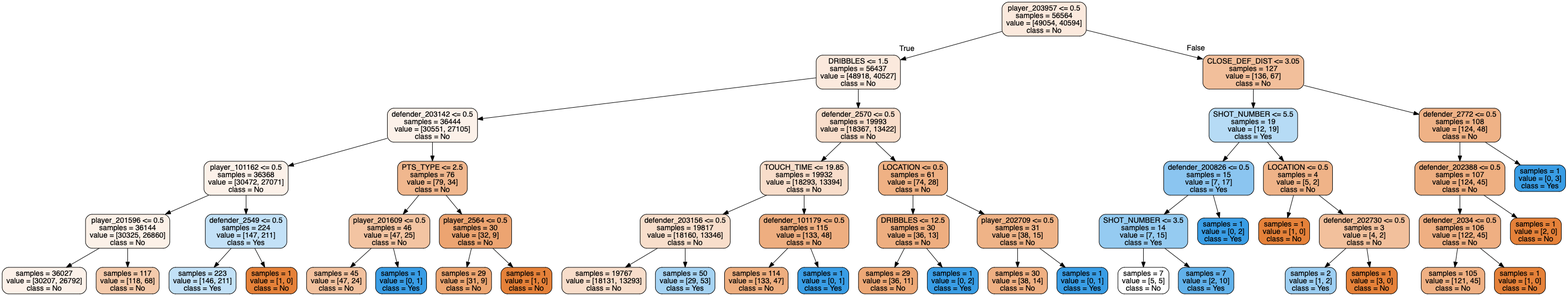
Earlier version of the Graphviz export forest_tree_new9.png (tianyi5309/303project). Its source is kept beside it as forest_tree_new9.dot. The source it was exported from:
```dot
digraph Tree {
node [shape=box, style="filled, rounded", color="black", fontname=helvetica] ;
edge [fontname=helvetica] ;
0 [label="player_203957 <= 0.5\nsamples = 56564\nvalue = [49054, 40594]\nclass = No", fillcolor="#fbe9dd"] ;
1 [label="DRIBBLES <= 1.5\nsamples = 56437\nvalue = [48918, 40527]\nclass = No", fillcolor="#fbe9dd"] ;
0 -> 1 [labeldistance=2.5, labelangle=45, headlabel="True"] ;
2 [label="defender_203142 <= 0.5\nsamples = 36444\nvalue = [30551, 27105]\nclass = No", fillcolor="#fcf1e9"] ;
1 -> 2 ;
3 [label="player_101162 <= 0.5\nsamples = 36368\nvalue = [30472, 27071]\nclass = No", fillcolor="#fcf1e9"] ;
2 -> 3 ;
4 [label="player_201596 <= 0.5\nsamples = 36144\nvalue = [30325, 26860]\nclass = No", fillcolor="#fcf1e8"] ;
3 -> 4 ;
5 [label="samples = 36027\nvalue = [30207, 26792]\nclass = No", fillcolor="#fcf1e9"] ;
4 -> 5 ;
6 [label="samples = 117\nvalue = [118, 68]\nclass = No", fillcolor="#f4caab"] ;
4 -> 6 ;
7 [label="defender_2549 <= 0.5\nsamples = 224\nvalue = [147, 211]\nclass = Yes", fillcolor="#c3e1f7"] ;
3 -> 7 ;
8 [label="samples = 223\nvalue = [146, 211]\nclass = Yes", fillcolor="#c2e1f7"] ;
7 -> 8 ;
9 [label="samples = 1\nvalue = [1, 0]\nclass = No", fillcolor="#e58139"] ;
7 -> 9 ;
10 [label="PTS_TYPE <= 2.5\nsamples = 76\nvalue = [79, 34]\nclass = No", fillcolor="#f0b78e"] ;
2 -> 10 ;
11 [label="player_201609 <= 0.5\nsamples = 46\nvalue = [47, 25]\nclass = No", fillcolor="#f3c4a2"] ;
10 -> 11 ;
12 [label="samples = 45\nvalue = [47, 24]\nclass = No", fillcolor="#f2c19e"] ;
11 -> 12 ;
13 [label="samples = 1\nvalue = [0, 1]\nclass = Yes", fillcolor="#399de5"] ;
11 -> 13 ;
14 [label="player_2564 <= 0.5\nsamples = 30\nvalue = [32, 9]\nclass = No", fillcolor="#eca471"] ;
10 -> 14 ;
15 [label="samples = 29\nvalue = [31, 9]\nclass = No", fillcolor="#eda672"] ;
14 -> 15 ;
16 [label="samples = 1\nvalue = [1, 0]\nclass = No", fillcolor="#e58139"] ;
14 -> 16 ;
17 [label="defender_2570 <= 0.5\nsamples = 19993\nvalue = [18367, 13422]\nclass = No", fillcolor="#f8ddca"] ;
1 -> 17 ;
18 [label="TOUCH_TIME <= 19.85\nsamples = 19932\nvalue = [18293, 13394]\nclass = No", fillcolor="#f8ddca"] ;
17 -> 18 ;
19 [label="defender_203156 <= 0.5\nsamples = 19817\nvalue = [18160, 13346]\nclass = No", fillcolor="#f8decb"] ;
18 -> 19 ;
20 [label="samples = 19767\nvalue = [18131, 13293]\nclass = No", fillcolor="#f8ddca"] ;
19 -> 20 ;
21 [label="samples = 50\nvalue = [29, 53]\nclass = Yes", fillcolor="#a5d3f3"] ;
19 -> 21 ;
22 [label="defender_101179 <= 0.5\nsamples = 115\nvalue = [133, 48]\nclass = No", fillcolor="#eeae80"] ;
18 -> 22 ;
23 [label="samples = 114\nvalue = [133, 47]\nclass = No", fillcolor="#eeae7f"] ;
22 -> 23 ;
24 [label="samples = 1\nvalue = [0, 1]\nclass = Yes", fillcolor="#399de5"] ;
22 -> 24 ;
25 [label="LOCATION <= 0.5\nsamples = 61\nvalue = [74, 28]\nclass = No", fillcolor="#efb184"] ;
17 -> 25 ;
26 [label="DRIBBLES <= 12.5\nsamples = 30\nvalue = [36, 13]\nclass = No", fillcolor="#eeae80"] ;
25 -> 26 ;
27 [label="samples = 29\nvalue = [36, 11]\nclass = No", fillcolor="#eda876"] ;
26 -> 27 ;
28 [label="samples = 1\nvalue = [0, 2]\nclass = Yes", fillcolor="#399de5"] ;
26 -> 28 ;
29 [label="player_202709 <= 0.5\nsamples = 31\nvalue = [38, 15]\nclass = No", fillcolor="#efb387"] ;
25 -> 29 ;
30 [label="samples = 30\nvalue = [38, 14]\nclass = No", fillcolor="#efaf82"] ;
29 -> 30 ;
31 [label="samples = 1\nvalue = [0, 1]\nclass = Yes", fillcolor="#399de5"] ;
29 -> 31 ;
32 [label="CLOSE_DEF_DIST <= 3.05\nsamples = 127\nvalue = [136, 67]\nclass = No", fillcolor="#f2bf9b"] ;
0 -> 32 [labeldistance=2.5, labelangle=-45, headlabel="False"] ;
33 [label="SHOT_NUMBER <= 5.5\nsamples = 19\nvalue = [12, 19]\nclass = Yes", fillcolor="#b6dbf5"] ;
32 -> 33 ;
34 [label="defender_200826 <= 0.5\nsamples = 15\nvalue = [7, 17]\nclass = Yes", fillcolor="#8bc5f0"] ;
33 -> 34 ;
35 [label="SHOT_NUMBER <= 3.5\nsamples = 14\nvalue = [7, 15]\nclass = Yes", fillcolor="#95cbf1"] ;
34 -> 35 ;
36 [label="samples = 7\nvalue = [5, 5]\nclass = No", fillcolor="#ffffff"] ;
35 -> 36 ;
37 [label="samples = 7\nvalue = [2, 10]\nclass = Yes", fillcolor="#61b1ea"] ;
35 -> 37 ;
38 [label="samples = 1\nvalue = [0, 2]\nclass = Yes", fillcolor="#399de5"] ;
34 -> 38 ;
39 [label="LOCATION <= 0.5\nsamples = 4\nvalue = [5, 2]\nclass = No", fillcolor="#efb388"] ;
33 -> 39 ;
40 [label="samples = 1\nvalue = [1, 0]\nclass = No", fillcolor="#e58139"] ;
39 -> 40 ;
41 [label="defender_202730 <= 0.5\nsamples = 3\nvalue = [4, 2]\nclass = No", fillcolor="#f2c09c"] ;
39 -> 41 ;
42 [label="samples = 2\nvalue = [1, 2]\nclass = Yes", fillcolor="#9ccef2"] ;
41 -> 42 ;
43 [label="samples = 1\nvalue = [3, 0]\nclass = No", fillcolor="#e58139"] ;
41 -> 43 ;
44 [label="defender_2772 <= 0.5\nsamples = 108\nvalue = [124, 48]\nclass = No", fillcolor="#efb286"] ;
32 -> 44 ;
45 [label="defender_202388 <= 0.5\nsamples = 107\nvalue = [124, 45]\nclass = No", fillcolor="#eeaf81"] ;
44 -> 45 ;
46 [label="defender_2034 <= 0.5\nsamples = 106\nvalue = [122, 45]\nclass = No", fillcolor="#efaf82"] ;
45 -> 46 ;
47 [label="samples = 105\nvalue = [121, 45]\nclass = No", fillcolor="#efb083"] ;
46 -> 47 ;
48 [label="samples = 1\nvalue = [1, 0]\nclass = No", fillcolor="#e58139"] ;
46 -> 48 ;
49 [label="samples = 1\nvalue = [2, 0]\nclass = No", fillcolor="#e58139"] ;
45 -> 49 ;
50 [label="samples = 1\nvalue = [0, 3]\nclass = Yes", fillcolor="#399de5"] ;
44 -> 50 ;
}
```
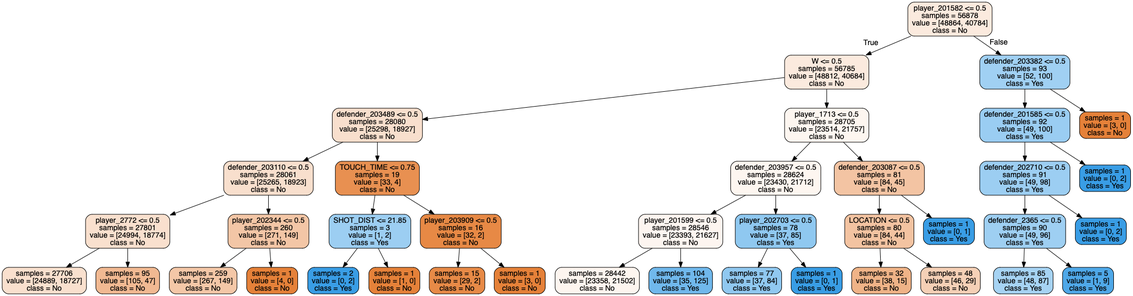
Later version of the same file.

Diff of the diagram source:
```diff
@@ -1,105 +1,81 @@
 digraph Tree {
 node [shape=box, style="filled, rounded", color="black", fontname=helvetica] ;
 edge [fontname=helvetica] ;
-0 [label="player_203957 <= 0.5\nsamples = 56564\nvalue = [49054, 40594]\nclass = No", fillcolor="#fbe9dd"] ;
-1 [label="DRIBBLES <= 1.5\nsamples = 56437\nvalue = [48918, 40527]\nclass = No", fillcolor="#fbe9dd"] ;
+0 [label="player_201582 <= 0.5\nsamples = 56878\nvalue = [48864, 40784]\nclass = No", fillcolor="#fbeade"] ;
+1 [label="W <= 0.5\nsamples = 56785\nvalue = [48812, 40684]\nclass = No", fillcolor="#fbeade"] ;
 0 -> 1 [labeldistance=2.5, labelangle=45, headlabel="True"] ;
-2 [label="defender_203142 <= 0.5\nsamples = 36444\nvalue = [30551, 27105]\nclass = No", fillcolor="#fcf1e9"] ;
+2 [label="defender_203489 <= 0.5\nsamples = 28080\nvalue = [25298, 18927]\nclass = No", fillcolor="#f8dfcd"] ;
 1 -> 2 ;
-3 [label="player_101162 <= 0.5\nsamples = 36368\nvalue = [30472, 27071]\nclass = No", fillcolor="#fcf1e9"] ;
+3 [label="defender_203110 <= 0.5\nsamples = 28061\nvalue = [25265, 18923]\nclass = No", fillcolor="#f8dfcd"] ;
 2 -> 3 ;
-4 [label="player_201596 <= 0.5\nsamples = 36144\nvalue = [30325, 26860]\nclass = No", fillcolor="#fcf1e8"] ;
+4 [label="player_2772 <= 0.5\nsamples = 27801\nvalue = [24994, 18774]\nclass = No", fillcolor="#f9e0ce"] ;
 3 -> 4 ;
-5 [label="samples = 36027\nvalue = [30207, 26792]\nclass = No", fillcolor="#fcf1e9"] ;
+5 [label="samples = 27706\nvalue = [24889, 18727]\nclass = No", fillcolor="#f9e0ce"] ;
 4 -> 5 ;
-6 [label="samples = 117\nvalue = [118, 68]\nclass = No", fillcolor="#f4caab"] ;
+6 [label="samples = 95\nvalue = [105, 47]\nclass = No", fillcolor="#f1b992"] ;
 4 -> 6 ;
-7 [label="defender_2549 <= 0.5\nsamples = 224\nvalue = [147, 211]\nclass = Yes", fillcolor="#c3e1f7"] ;
+7 [label="player_202344 <= 0.5\nsamples = 260\nvalue = [271, 149]\nclass = No", fillcolor="#f3c6a6"] ;
 3 -> 7 ;
-8 [label="samples = 223\nvalue = [146, 211]\nclass = Yes", fillcolor="#c2e1f7"] ;
+8 [label="samples = 259\nvalue = [267, 149]\nclass = No", fillcolor="#f4c7a7"] ;
 7 -> 8 ;
-9 [label="samples = 1\nvalue = [1, 0]\nclass = No", fillcolor="#e58139"] ;
+9 [label="samples = 1\nvalue = [4, 0]\nclass = No", fillcolor="#e58139"] ;
 7 -> 9 ;
-10 [label="PTS_TYPE <= 2.5\nsamples = 76\nvalue = [79, 34]\nclass = No", fillcolor="#f0b78e"] ;
+10 [label="TOUCH_TIME <= 0.75\nsamples = 19\nvalue = [33, 4]\nclass = No", fillcolor="#e89051"] ;
 2 -> 10 ;
-11 [label="player_201609 <= 0.5\nsamples = 46\nvalue = [47, 25]\nclass = No", fillcolor="#f3c4a2"] ;
+11 [label="SHOT_DIST <= 21.85\nsamples = 3\nvalue = [1, 2]\nclass = Yes", fillcolor="#9ccef2"] ;
 10 -> 11 ;
-12 [label="samples = 45\nvalue = [47, 24]\nclass = No", fillcolor="#f2c19e"] ;
+12 [label="samples = 2\nvalue = [0, 2]\nclass = Yes", fillcolor="#399de5"] ;
 11 -> 12 ;
-13 [label="samples = 1\nvalue = [0, 1]\nclass = Yes", fillcolor="#399de5"] ;
+13 [label="samples = 1\nvalue = [1, 0]\nclass = No", fillcolor="#e58139"] ;
 11 -> 13 ;
-14 [label="player_2564 <= 0.5\nsamples = 30\nvalue = [32, 9]\nclass = No", fillcolor="#eca471"] ;
+14 [label="player_203909 <= 0.5\nsamples = 16\nvalue = [32, 2]\nclass = No", fillcolor="#e78945"] ;
 10 -> 14 ;
-15 [label="samples = 29\nvalue = [31, 9]\nclass = No", fillcolor="#eda672"] ;
+15 [label="samples = 15\nvalue = [29, 2]\nclass = No", fillcolor="#e78a47"] ;
 14 -> 15 ;
-16 [label="samples = 1\nvalue = [1, 0]\nclass = No", fillcolor="#e58139"] ;
+16 [label="samples = 1\nvalue = [3, 0]\nclass = No", fillcolor="#e58139"] ;
 14 -> 16 ;
-17 [label="defender_2570 <= 0.5\nsamples = 19993\nvalue = [18367, 13422]\nclass = No", fillcolor="#f8ddca"] ;
+17 [label="player_1713 <= 0.5\nsamples = 28705\nvalue = [23514, 21757]\nclass = No", fillcolor="#fdf6f0"] ;
 1 -> 17 ;
-18 [label="TOUCH_TIME <= 19.85\nsamples = 19932\nvalue = [18293, 13394]\nclass = No", fillcolor="#f8ddca"] ;
+18 [label="defender_203957 <= 0.5\nsamples = 28624\nvalue = [23430, 21712]\nclass = No", fillcolor="#fdf6f0"] ;
 17 -> 18 ;
-19 [label="defender_203156 <= 0.5\nsamples = 19817\nvalue = [18160, 13346]\nclass = No", fillcolor="#f8decb"] ;
+19 [label="player_201599 <= 0.5\nsamples = 28546\nvalue = [23393, 21627]\nclass = No", fillcolor="#fdf5f0"] ;
 18 -> 19 ;
-20 [label="samples = 19767\nvalue = [18131, 13293]\nclass = No", fillcolor="#f8ddca"] ;
+20 [label="samples = 28442\nvalue = [23358, 21502]\nclass = No", fillcolor="#fdf5ef"] ;
 19 -> 20 ;
-21 [label="samples = 50\nvalue = [29, 53]\nclass = Yes", fillcolor="#a5d3f3"] ;
+21 [label="samples = 104\nvalue = [35, 125]\nclass = Yes", fillcolor="#70b8ec"] ;
 19 -> 21 ;
-22 [label="defender_101179 <= 0.5\nsamples = 115\nvalue = [133, 48]\nclass = No", fillcolor="#eeae80"] ;
+22 [label="player_202703 <= 0.5\nsamples = 78\nvalue = [37, 85]\nclass = Yes", fillcolor="#8fc8f0"] ;
 18 -> 22 ;
-23 [label="samples = 114\nvalue = [133, 47]\nclass = No", fillcolor="#eeae7f"] ;
+23 [label="samples = 77\nvalue = [37, 84]\nclass = Yes", fillcolor="#90c8f0"] ;
 22 -> 23 ;
 24 [label="samples = 1\nvalue = [0, 1]\nclass = Yes", fillcolor="#399de5"] ;
 22 -> 24 ;
-25 [label="LOCATION <= 0.5\nsamples = 61\nvalue = [74, 28]\nclass = No", fillcolor="#efb184"] ;
+25 [label="defender_203087 <= 0.5\nsamples = 81\nvalue = [84, 45]\nclass = No", fillcolor="#f3c4a3"] ;
 17 -> 25 ;
-26 [label="DRIBBLES <= 12.5\nsamples = 30\nvalue = [36, 13]\nclass = No", fillcolor="#eeae80"] ;
+26 [label="LOCATION <= 0.5\nsamples = 80\nvalue = [84, 44]\nclass = No", fillcolor="#f3c3a1"] ;
 25 -> 26 ;
-27 [label="samples = 29\nvalue = [36, 11]\nclass = No", fillcolor="#eda876"] ;
+27 [label="samples = 32\nvalue = [38, 15]\nclass = No", fillcolor="#efb387"] ;
 26 -> 27 ;
-28 [label="samples = 1\nvalue = [0, 2]\nclass = Yes", fillcolor="#399de5"] ;
+28 [label="samples = 48\nvalue = [46, 29]\nclass = No", fillcolor="#f5d0b6"] ;
 26 -> 28 ;
-29 [label="player_202709 <= 0.5\nsamples = 31\nvalue = [38, 15]\nclass = No", fillcolor="#efb387"] ;
+29 [label="samples = 1\nvalue = [0, 1]\nclass = Yes", fillcolor="#399de5"] ;
 25 -> 29 ;
-30 [label="samples = 30\nvalue = [38, 14]\nclass = No", fillcolor="#efaf82"] ;
-29 -> 30 ;
-31 [label="samples = 1\nvalue = [0, 1]\nclass = Yes", fillcolor="#399de5"] ;
-29 -> 31 ;
-32 [label="CLOSE_DEF_DIST <= 3.05\nsamples = 127\nvalue = [136, 67]\nclass = No", fillcolor="#f2bf9b"] ;
-0 -> 32 [labeldistance=2.5, labelangle=-45, headlabel="False"] ;
-33 [label="SHOT_NUMBER <= 5.5\nsamples = 19\nvalue = [12, 19]\nclass = Yes", fillcolor="#b6dbf5"] ;
+30 [label="defender_203382 <= 0.5\nsamples = 93\nvalue = [52, 100]\nclass = Yes", fillcolor="#a0d0f3"] ;
+0 -> 30 [labeldistance=2.5, labelangle=-45, headlabel="False"] ;
+31 [label="defender_201585 <= 0.5\nsamples = 92\nvalue = [49, 100]\nclass = Yes", fillcolor="#9acdf2"] ;
+30 -> 31 ;
+32 [label="defender_202710 <= 0.5\nsamples = 91\nvalue = [49, 98]\nclass = Yes", fillcolor="#9ccef2"] ;
+31 -> 32 ;
+33 [label="defender_2365 <= 0.5\nsamples = 90\nvalue = [49, 96]\nclass = Yes", fillcolor="#9ecff2"] ;
 32 -> 33 ;
-34 [label="defender_200826 <= 0.5\nsamples = 15\nvalue = [7, 17]\nclass = Yes", fillcolor="#8bc5f0"] ;
+34 [label="samples = 85\nvalue = [48, 87]\nclass = Yes", fillcolor="#a6d3f3"] ;
 33 -> 34 ;
-35 [label="SHOT_NUMBER <= 3.5\nsamples = 14\nvalue = [7, 15]\nclass = Yes", fillcolor="#95cbf1"] ;
-34 -> 35 ;
-36 [label="samples = 7\nvalue = [5, 5]\nclass = No", fillcolor="#ffffff"] ;
-35 -> 36 ;
-37 [label="samples = 7\nvalue = [2, 10]\nclass = Yes", fillcolor="#61b1ea"] ;
-35 -> 37 ;
-38 [label="samples = 1\nvalue = [0, 2]\nclass = Yes", fillcolor="#399de5"] ;
-34 -> 38 ;
-39 [label="LOCATION <= 0.5\nsamples = 4\nvalue = [5, 2]\nclass = No", fillcolor="#efb388"] ;
-33 -> 39 ;
-40 [label="samples = 1\nvalue = [1, 0]\nclass = No", fillcolor="#e58139"] ;
-39 -> 40 ;
-41 [label="defender_202730 <= 0.5\nsamples = 3\nvalue = [4, 2]\nclass = No", fillcolor="#f2c09c"] ;
-39 -> 41 ;
-42 [label="samples = 2\nvalue = [1, 2]\nclass = Yes", fillcolor="#9ccef2"] ;
-41 -> 42 ;
-43 [label="samples = 1\nvalue = [3, 0]\nclass = No", fillcolor="#e58139"] ;
-41 -> 43 ;
-44 [label="defender_2772 <= 0.5\nsamples = 108\nvalue = [124, 48]\nclass = No", fillcolor="#efb286"] ;
-32 -> 44 ;
-45 [label="defender_202388 <= 0.5\nsamples = 107\nvalue = [124, 45]\nclass = No", fillcolor="#eeaf81"] ;
-44 -> 45 ;
-46 [label="defender_2034 <= 0.5\nsamples = 106\nvalue = [122, 45]\nclass = No", fillcolor="#efaf82"] ;
-45 -> 46 ;
-47 [label="samples = 105\nvalue = [121, 45]\nclass = No", fillcolor="#efb083"] ;
-46 -> 47 ;
-48 [label="samples = 1\nvalue = [1, 0]\nclass = No", fillcolor="#e58139"] ;
-46 -> 48 ;
-49 [label="samples = 1\nvalue = [2, 0]\nclass = No", fillcolor="#e58139"] ;
-45 -> 49 ;
-50 [label="samples = 1\nvalue = [0, 3]\nclass = Yes", fillcolor="#399de5"] ;
-44 -> 50 ;
+35 [label="samples = 5\nvalue = [1, 9]\nclass = Yes", fillcolor="#4fa8e8"] ;
+33 -> 35 ;
+36 [label="samples = 1\nvalue = [0, 2]\nclass = Yes", fillcolor="#399de5"] ;
+32 -> 36 ;
+37 [label="samples = 1\nvalue = [0, 2]\nclass = Yes", fillcolor="#399de5"] ;
+31 -> 37 ;
+38 [label="samples = 1\nvalue = [3, 0]\nclass = No", fillcolor="#e58139"] ;
+30 -> 38 ;
 }
```
